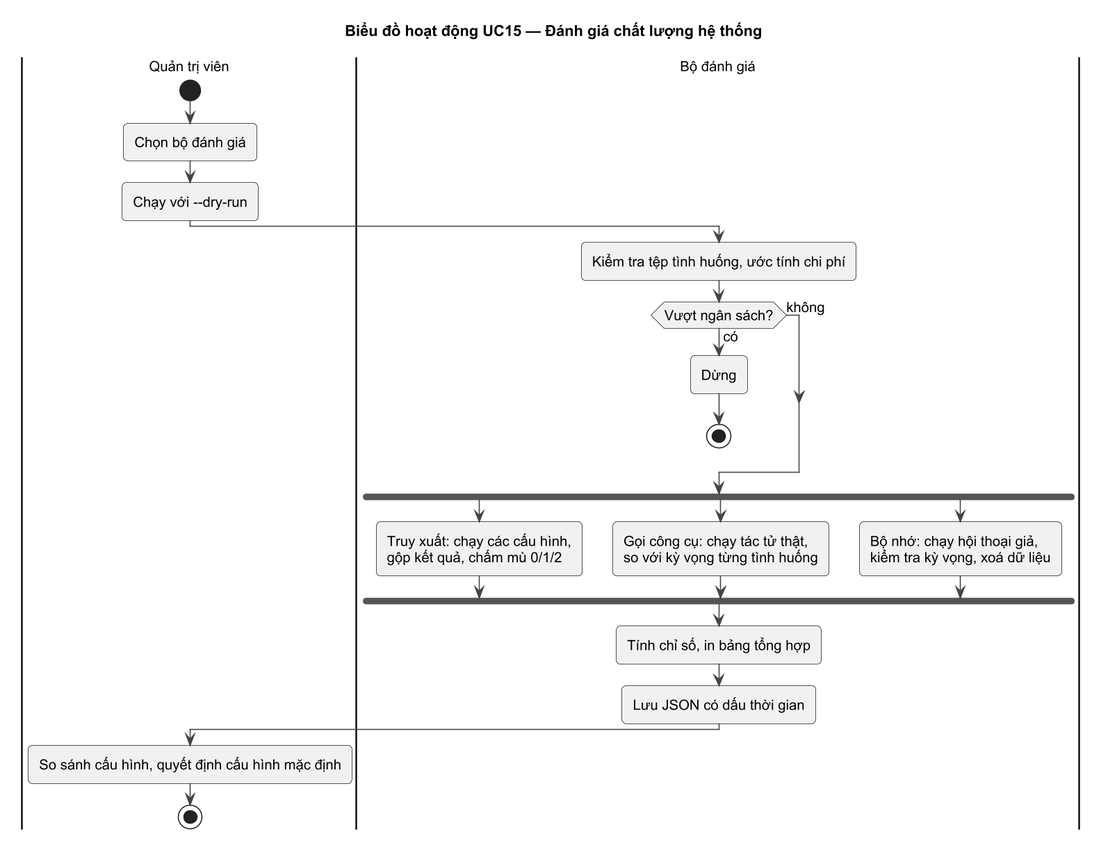
The PlantUML diagram docs/uml/png/UC15_ACT.png in hainguyen312/project2-chatbot-rag, before a commit. Its diagram source:
```plantuml
@startuml UC15_ACT
!pragma layout smetana
!include ../_style.iuml
title Biểu đồ hoạt động UC15 — Đánh giá chất lượng hệ thống
|Quản trị viên|
start
:Chọn bộ đánh giá;
:Chạy với --dry-run;
|Bộ đánh giá|
:Kiểm tra tệp tình huống, ước tính chi phí;
if (Vượt ngân sách?) then (có)
  :Dừng;
  stop
else (không)
endif
fork
  :Truy xuất: chạy các cấu hình,\ngộp kết quả, chấm mù 0/1/2;
fork again
  :Gọi công cụ: chạy tác tử thật,\nso với kỳ vọng từng tình huống;
fork again
  :Bộ nhớ: chạy hội thoại giả,\nkiểm tra kỳ vọng, xoá dữ liệu;
end fork
:Tính chỉ số, in bảng tổng hợp;
:Lưu JSON có dấu thời gian;
|Quản trị viên|
:So sánh cấu hình, quyết định cấu hình mặc định;
stop
@enduml
```
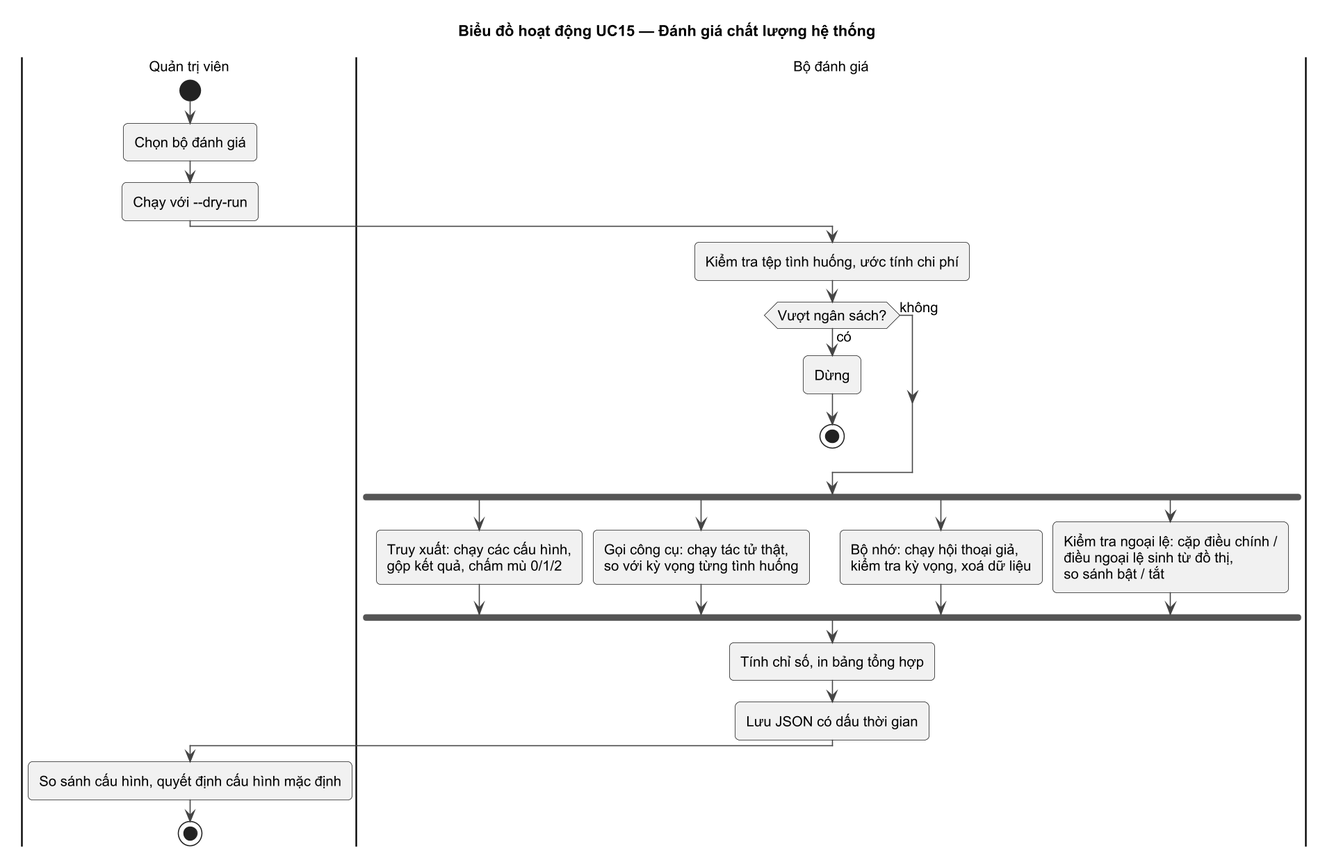
Above is the later version.

The edit, as a diff of the source:
```diff
@@ -19,6 +19,8 @@
   :Gọi công cụ: chạy tác tử thật,\nso với kỳ vọng từng tình huống;
 fork again
   :Bộ nhớ: chạy hội thoại giả,\nkiểm tra kỳ vọng, xoá dữ liệu;
+fork again
+  :Kiểm tra ngoại lệ: cặp điều chính /\nđiều ngoại lệ sinh từ đồ thị,\nso sánh bật / tắt;
 end fork
 :Tính chỉ số, in bảng tổng hợp;
 :Lưu JSON có dấu thời gian;
```
